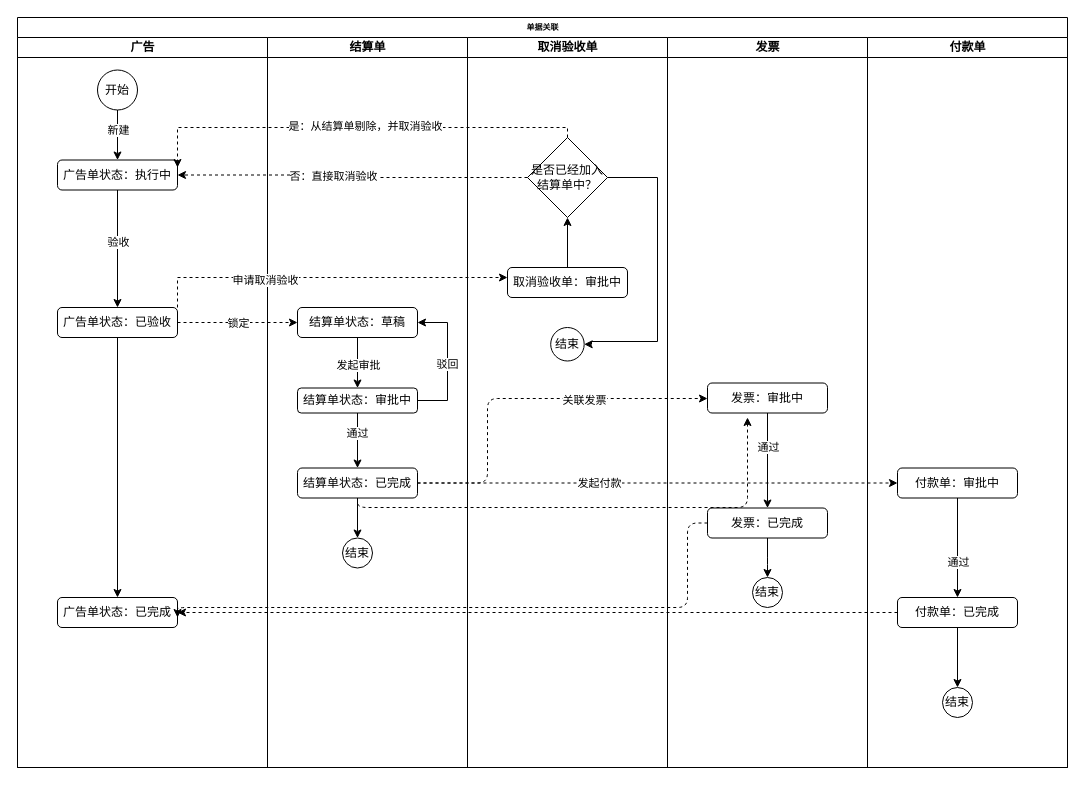
This is 单据泳道图.drawio from Lucreziacici/work-diary, a draw.io file, before an edit. Source tidied: cells renumbered, new cells numbered last; positions are measured from the earlier drawing's top-left corner, leaving out a move shared by most shapes. Both pictures are drawn from the tidied source at 100%, with x=0, y=0 at pixel (17, 17).
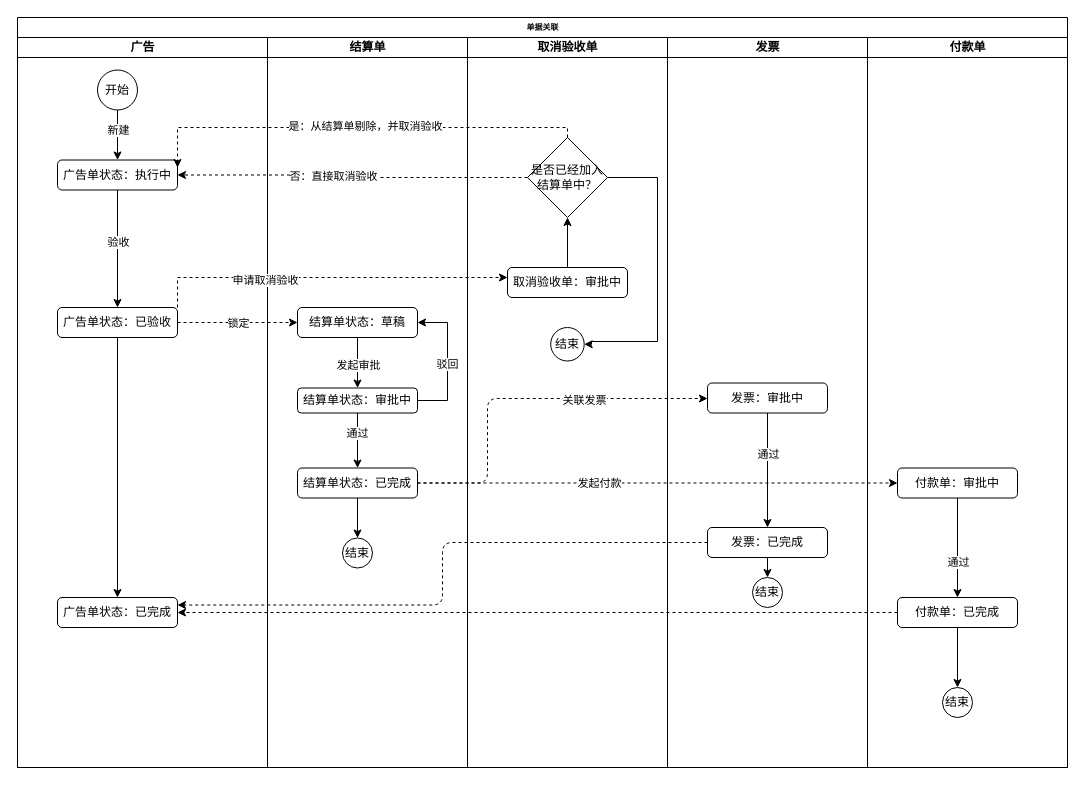
The same diagram, later.

Commit message:
Update 单据泳道图.drawio

The change refers to these unchanged cells:
```xml
<mxCell id="2" value="单据关联" style="swimlane;html=1;startSize=20;rounded=0;shadow=0;labelBackgroundColor=none;strokeWidth=1;fontFamily=Verdana;fontSize=8;align=center;" parent="1" vertex="1">
  <mxGeometry width="1050" height="750" as="geometry" />
</mxCell>
<mxCell id="11" value="广告单状态：已完成" style="whiteSpace=wrap;html=1;rounded=1;" parent="3" vertex="1">
  <mxGeometry x="40" y="560" width="120" height="30" as="geometry" />
</mxCell>
<mxCell id="23" value="结算单状态：已完成" style="whiteSpace=wrap;html=1;rounded=1;" parent="13" vertex="1">
  <mxGeometry x="30" y="430.5" width="120" height="30" as="geometry" />
</mxCell>
<mxCell id="31" value="发票" style="swimlane;html=1;startSize=20;" parent="2" vertex="1">
  <mxGeometry x="650" y="20" width="200" height="730" as="geometry" />
</mxCell>
```

What changed in the source:
```diff
@@
     <mxCell id="36" value="发票：已完成" style="rounded=1;whiteSpace=wrap;html=1;" parent="31" vertex="1">
-      <mxGeometry x="40" y="470.5" width="120" height="30" as="geometry" />
+      <mxGeometry x="40" y="490" width="120" height="30" as="geometry" />
     </mxCell>
@@
-    <mxCell id="58" style="edgeStyle=orthogonalEdgeStyle;curved=0;rounded=1;sketch=0;jettySize=auto;html=1;dashed=1;" parent="1" edge="1" source="36">
-      <mxGeometry relative="1" as="geometry">
-        <mxPoint x="160" y="600" as="targetPoint" />
-        <Array as="points">
-          <mxPoint x="670" y="506" />
-          <mxPoint x="670" y="590" />
-          <mxPoint x="160" y="590" />
-        </Array>
-      </mxGeometry>
-    </mxCell>
-    <mxCell id="59" style="edgeStyle=orthogonalEdgeStyle;curved=0;rounded=1;sketch=0;jettySize=auto;html=1;exitX=0.5;exitY=1;exitDx=0;exitDy=0;dashed=1;" parent="1" edge="1" source="23">
-      <mxGeometry relative="1" as="geometry">
-        <mxPoint x="730" y="400" as="targetPoint" />
-        <Array as="points">
-          <mxPoint x="340" y="490" />
-          <mxPoint x="730" y="490" />
-        </Array>
-      </mxGeometry>
-    </mxCell>
+    <mxCell id="60" style="edgeStyle=orthogonalEdgeStyle;curved=0;rounded=1;sketch=0;jettySize=auto;html=1;entryX=1;entryY=0.25;entryDx=0;entryDy=0;dashed=1;" parent="2" edge="1" source="36" target="11">
+      <mxGeometry relative="1" as="geometry" />
+    </mxCell>
```
